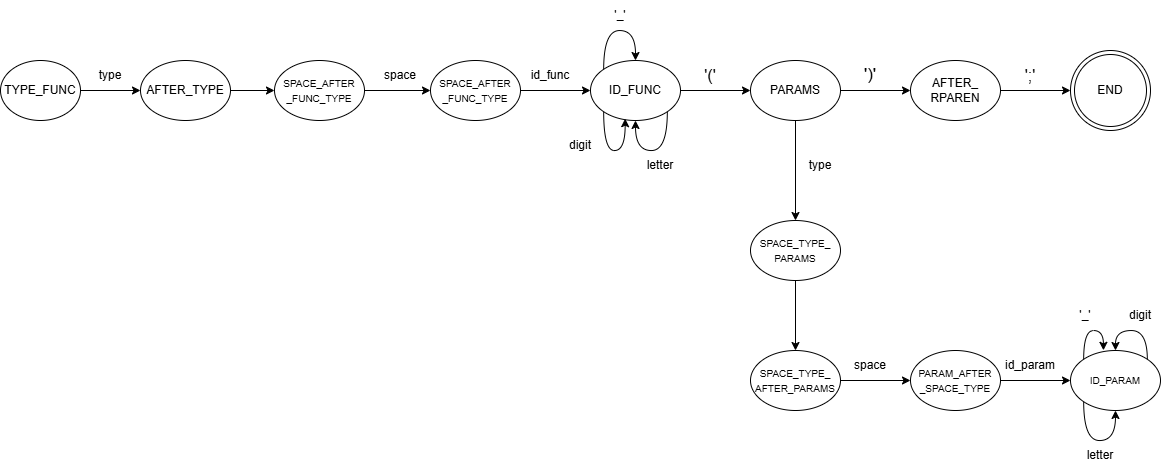
This is resources/src_for_readme/lab3/Graf_Automatic.png from Ko4erizhkas/CompileUI, a draw.io export, as it was before one commit. Source tidied: cells renumbered, new cells last; positions are measured from the earlier drawing's top-left corner, leaving out a move shared by most shapes.
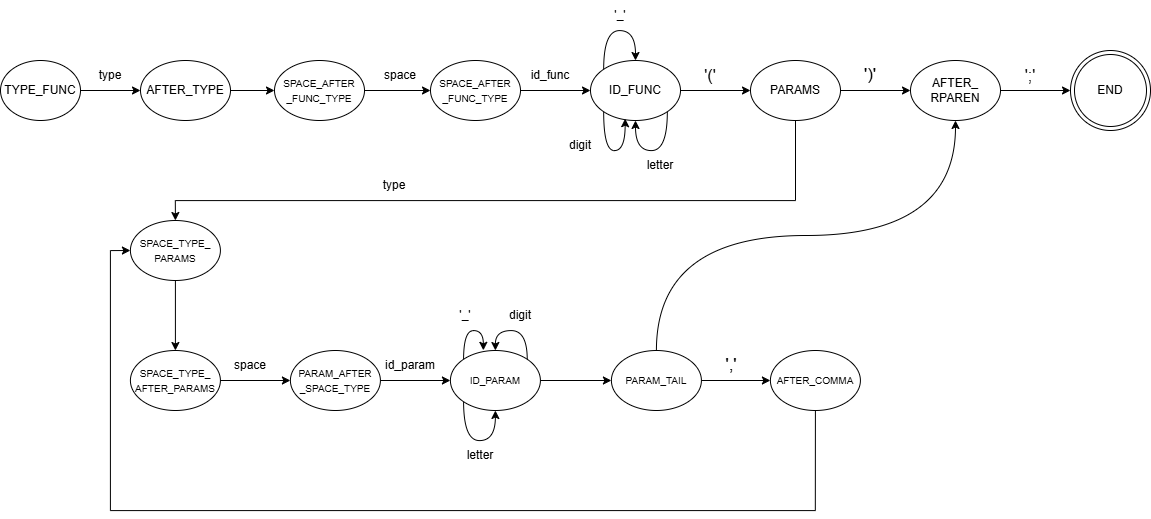
After the change.

Diff of the diagram source:
```diff
@@ -83,7 +83,12 @@
       <mxGeometry relative="1" as="geometry" />
     </mxCell>
     <mxCell id="23" style="edgeStyle=orthogonalEdgeStyle;rounded=0;jettySize=auto;html=1;exitX=0.5;exitY=1;exitDx=0;exitDy=0;entryX=0.5;entryY=0;entryDx=0;entryDy=0;" parent="1" edge="1" source="24" target="32">
-      <mxGeometry relative="1" as="geometry" />
+      <mxGeometry relative="1" as="geometry">
+        <Array as="points">
+          <mxPoint x="795" y="200" />
+          <mxPoint x="175" y="200" />
+        </Array>
+      </mxGeometry>
     </mxCell>
     <mxCell id="24" value="&lt;div&gt;PARAMS&lt;/div&gt;" style="ellipse;whiteSpace=wrap;html=1;align=center;" parent="1" vertex="1">
       <mxGeometry x="750" y="60" width="90" height="60" as="geometry" />
@@ -110,10 +115,10 @@
       <mxGeometry relative="1" as="geometry" />
     </mxCell>
     <mxCell id="32" value="&lt;div&gt;&lt;font style=&quot;font-size: 10px;&quot;&gt;SPACE_TYPE_&lt;/font&gt;&lt;/div&gt;&lt;div&gt;&lt;font style=&quot;font-size: 10px;&quot;&gt;PARAMS&lt;/font&gt;&lt;/div&gt;" style="ellipse;whiteSpace=wrap;html=1;align=center;" parent="1" vertex="1">
-      <mxGeometry x="750" y="220" width="90" height="60" as="geometry" />
+      <mxGeometry x="129.9" y="220" width="90" height="60" as="geometry" />
     </mxCell>
     <mxCell id="33" value="type" style="text;html=1;whiteSpace=wrap;strokeColor=none;fillColor=none;align=center;verticalAlign=middle;rounded=0;" parent="1" vertex="1">
-      <mxGeometry x="790" y="150" width="60" height="30" as="geometry" />
+      <mxGeometry x="364" y="170" width="60" height="30" as="geometry" />
     </mxCell>
     <mxCell id="34" style="edgeStyle=orthogonalEdgeStyle;rounded=0;jettySize=auto;html=1;exitX=1;exitY=0.5;exitDx=0;exitDy=0;entryX=0;entryY=0.5;entryDx=0;entryDy=0;" parent="1" edge="1" source="40" target="38">
       <mxGeometry relative="1" as="geometry" />
@@ -122,52 +127,79 @@
       <mxGeometry relative="1" as="geometry" />
     </mxCell>
     <mxCell id="36" value="&lt;div&gt;&lt;font style=&quot;font-size: 10px;&quot;&gt;SPACE_TYPE_&lt;/font&gt;&lt;/div&gt;&lt;div&gt;&lt;font style=&quot;font-size: 10px;&quot;&gt;AFTER_&lt;span style=&quot;background-color: transparent; color: light-dark(rgb(0, 0, 0), rgb(255, 255, 255));&quot;&gt;PARAMS&lt;/span&gt;&lt;/font&gt;&lt;/div&gt;" style="ellipse;whiteSpace=wrap;html=1;align=center;" parent="1" vertex="1">
-      <mxGeometry x="750" y="350" width="90" height="60" as="geometry" />
+      <mxGeometry x="129.9" y="350" width="90" height="60" as="geometry" />
     </mxCell>
     <mxCell id="37" value="space" style="text;html=1;whiteSpace=wrap;strokeColor=none;fillColor=none;align=center;verticalAlign=middle;rounded=0;" parent="1" vertex="1">
-      <mxGeometry x="840" y="350" width="60" height="30" as="geometry" />
+      <mxGeometry x="219.9" y="350" width="60" height="30" as="geometry" />
     </mxCell>
+    <mxCell id="47" style="edgeStyle=orthogonalEdgeStyle;rounded=0;jettySize=auto;html=1;exitX=1;exitY=0.5;exitDx=0;exitDy=0;entryX=0;entryY=0.5;entryDx=0;entryDy=0;" parent="1" edge="1" source="38" target="49">
+      <mxGeometry relative="1" as="geometry" />
+    </mxCell>
     <mxCell id="38" value="&lt;span style=&quot;font-size: 10px;&quot;&gt;ID_PARAM&lt;/span&gt;" style="ellipse;whiteSpace=wrap;html=1;align=center;" parent="1" vertex="1">
-      <mxGeometry x="1070" y="350" width="90" height="60" as="geometry" />
+      <mxGeometry x="449.9" y="350" width="90" height="60" as="geometry" />
     </mxCell>
     <mxCell id="39" value="id_param" style="text;html=1;whiteSpace=wrap;strokeColor=none;fillColor=none;align=center;verticalAlign=middle;rounded=0;" parent="1" vertex="1">
-      <mxGeometry x="1000" y="350" width="60" height="30" as="geometry" />
+      <mxGeometry x="379.9" y="350" width="60" height="30" as="geometry" />
     </mxCell>
     <mxCell id="40" value="&lt;div&gt;&lt;span style=&quot;font-size: 10px; background-color: transparent; color: light-dark(rgb(0, 0, 0), rgb(255, 255, 255));&quot;&gt;PARAM_AFTER&lt;/span&gt;&lt;/div&gt;&lt;div&gt;&lt;span style=&quot;font-size: 10px; background-color: transparent; color: light-dark(rgb(0, 0, 0), rgb(255, 255, 255));&quot;&gt;_SPACE_TYPE&lt;/span&gt;&lt;/div&gt;" style="ellipse;whiteSpace=wrap;html=1;align=center;" parent="1" vertex="1">
-      <mxGeometry x="910" y="350" width="90" height="60" as="geometry" />
+      <mxGeometry x="289.9" y="350" width="90" height="60" as="geometry" />
     </mxCell>
     <mxCell id="41" style="edgeStyle=orthogonalEdgeStyle;rounded=0;orthogonalLoop=1;jettySize=auto;html=1;exitX=0;exitY=0;exitDx=0;exitDy=0;entryX=0.366;entryY=-0.003;entryDx=0;entryDy=0;entryPerimeter=0;curved=1;" parent="1" edge="1" source="38" target="38">
       <mxGeometry relative="1" as="geometry">
         <Array as="points">
-          <mxPoint x="1083" y="330" />
-          <mxPoint x="1103" y="330" />
+          <mxPoint x="462.9" y="330" />
+          <mxPoint x="482.9" y="330" />
         </Array>
       </mxGeometry>
     </mxCell>
     <mxCell id="42" style="edgeStyle=orthogonalEdgeStyle;rounded=0;orthogonalLoop=1;jettySize=auto;html=1;exitX=1;exitY=0;exitDx=0;exitDy=0;entryX=0.5;entryY=0;entryDx=0;entryDy=0;curved=1;" parent="1" edge="1" source="38" target="38">
       <mxGeometry relative="1" as="geometry">
         <Array as="points">
-          <mxPoint x="1147" y="330" />
-          <mxPoint x="1115" y="330" />
+          <mxPoint x="526.9" y="330" />
+          <mxPoint x="494.9" y="330" />
         </Array>
       </mxGeometry>
     </mxCell>
     <mxCell id="43" style="edgeStyle=orthogonalEdgeStyle;rounded=0;orthogonalLoop=1;jettySize=auto;html=1;exitX=0;exitY=1;exitDx=0;exitDy=0;entryX=0.5;entryY=1;entryDx=0;entryDy=0;curved=1;" parent="1" edge="1" source="38" target="38">
       <mxGeometry relative="1" as="geometry">
         <Array as="points">
-          <mxPoint x="1083" y="440" />
-          <mxPoint x="1115" y="440" />
+          <mxPoint x="462.9" y="440" />
+          <mxPoint x="494.9" y="440" />
         </Array>
       </mxGeometry>
     </mxCell>
     <mxCell id="44" value="'_'" style="text;html=1;whiteSpace=wrap;strokeColor=none;fillColor=none;align=center;verticalAlign=middle;rounded=0;" parent="1" vertex="1">
-      <mxGeometry x="1070" y="300" width="30" height="30" as="geometry" />
+      <mxGeometry x="449.9" y="300" width="30" height="30" as="geometry" />
     </mxCell>
     <mxCell id="45" value="digit" style="text;html=1;whiteSpace=wrap;strokeColor=none;fillColor=none;align=center;verticalAlign=middle;rounded=0;" parent="1" vertex="1">
-      <mxGeometry x="1110" y="300" width="60" height="30" as="geometry" />
+      <mxGeometry x="489.9" y="300" width="60" height="30" as="geometry" />
     </mxCell>
     <mxCell id="46" value="letter" style="text;html=1;whiteSpace=wrap;strokeColor=none;fillColor=none;align=center;verticalAlign=middle;rounded=0;" parent="1" vertex="1">
-      <mxGeometry x="1070" y="440" width="60" height="30" as="geometry" />
+      <mxGeometry x="449.9" y="440" width="60" height="30" as="geometry" />
     </mxCell>
+    <mxCell id="48" style="edgeStyle=orthogonalEdgeStyle;rounded=0;jettySize=auto;html=1;exitX=1;exitY=0.5;exitDx=0;exitDy=0;" parent="1" edge="1" source="49" target="51">
+      <mxGeometry relative="1" as="geometry" />
+    </mxCell>
+    <mxCell id="49" value="&lt;span style=&quot;font-size: 10px;&quot;&gt;PARAM_TAIL&lt;/span&gt;" style="ellipse;whiteSpace=wrap;html=1;align=center;" parent="1" vertex="1">
+      <mxGeometry x="610.9" y="350" width="90" height="60" as="geometry" />
+    </mxCell>
+    <mxCell id="50" style="edgeStyle=orthogonalEdgeStyle;rounded=0;jettySize=auto;html=1;exitX=0.5;exitY=1;exitDx=0;exitDy=0;entryX=0;entryY=0.5;entryDx=0;entryDy=0;" parent="1" edge="1" source="51" target="32">
+      <mxGeometry relative="1" as="geometry">
+        <Array as="points">
+          <mxPoint x="814.9" y="510" />
+          <mxPoint x="109.9" y="510" />
+          <mxPoint x="109.9" y="250" />
+        </Array>
+      </mxGeometry>
+    </mxCell>
+    <mxCell id="51" value="&lt;span style=&quot;font-size: 10px;&quot;&gt;AFTER_COMMA&lt;/span&gt;" style="ellipse;whiteSpace=wrap;html=1;align=center;" parent="1" vertex="1">
+      <mxGeometry x="769.9" y="350" width="90" height="60" as="geometry" />
+    </mxCell>
+    <mxCell id="52" value="&lt;font style=&quot;font-size: 17px;&quot;&gt;','&lt;/font&gt;" style="text;html=1;whiteSpace=wrap;strokeColor=none;fillColor=none;align=center;verticalAlign=middle;rounded=0;" parent="1" vertex="1">
+      <mxGeometry x="700.9" y="350" width="60" height="30" as="geometry" />
+    </mxCell>
+    <mxCell id="53" style="edgeStyle=orthogonalEdgeStyle;rounded=0;jettySize=auto;html=1;exitX=0.5;exitY=0;exitDx=0;exitDy=0;entryX=0.5;entryY=1;entryDx=0;entryDy=0;curved=1;" parent="1" edge="1" source="49" target="27">
+      <mxGeometry relative="1" as="geometry" />
+    </mxCell>
   </root>
 </mxGraphModel>
```
